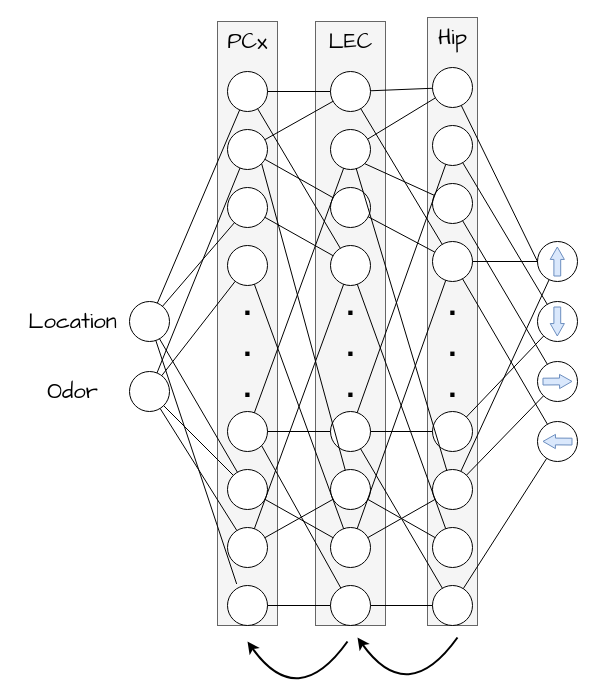
NiloufarRazmi/RL_Olfaction keeps this draw.io diagram as page "fully-connected" (1 of 2) of docs/2023-11-20_Joint_RL_meeting/img/nn-architecture.drawio. Above is the earlier version. Source tidied: cells renumbered, new cells numbered last; positions are measured from the earlier drawing's top-left corner, leaving out a move shared by most shapes. Both pictures are drawn from the tidied source at 100%, with x=0, y=0 at pixel (17, 17).
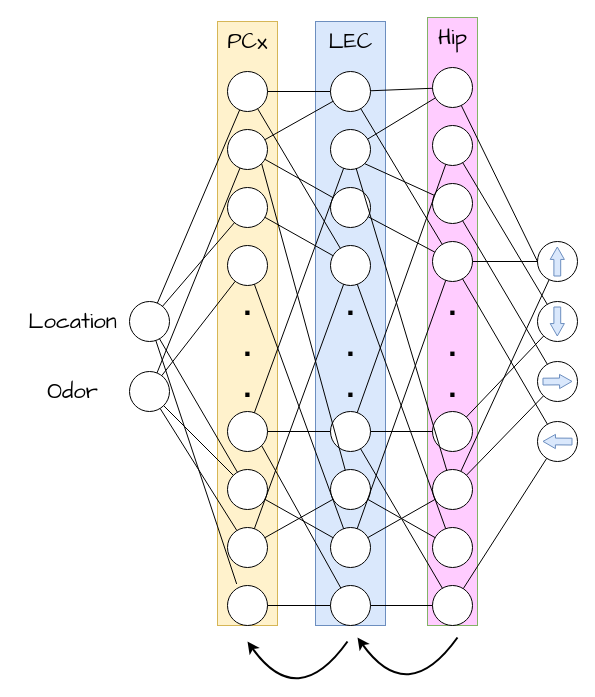
The same diagram, later.

Change to the diagram source:
```diff
@@
-    <mxCell id="2" style="group;fillColor=#f5f5f5;fontColor=#333333;strokeColor=#666666;" parent="1" vertex="1">
+    <mxCell id="2" style="group;fillColor=#FFCCFF;strokeColor=#82b366;" parent="1" vertex="1">
       <mxGeometry x="410" width="50" height="608" as="geometry" />
     </mxCell>
@@
-    <mxCell id="16" style="group;fillColor=#f5f5f5;fontColor=#333333;strokeColor=#666666;" parent="1" vertex="1">
+    <mxCell id="16" style="group;fillColor=#dae8fc;strokeColor=#6c8ebf;" parent="1" vertex="1">
       <mxGeometry x="298" y="4" width="70" height="604" as="geometry" />
     </mxCell>
@@
-    <mxCell id="34" style="group;fillColor=#f5f5f5;fontColor=#333333;strokeColor=#666666;" parent="1" vertex="1">
+    <mxCell id="34" style="group;fillColor=#fff2cc;strokeColor=#d6b656;" parent="1" vertex="1">
       <mxGeometry x="200" y="4" width="60" height="604" as="geometry" />
     </mxCell>
```
